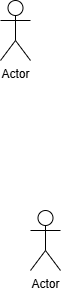
aditi-j25/ENSF_480_Term_project keeps this draw.io diagram as SystemUseCaseDiagram.drawio.png. Above is the earlier version. Source tidied: cells renumbered, new cells last; positions are measured from the earlier drawing's top-left corner, leaving out a move shared by most shapes.
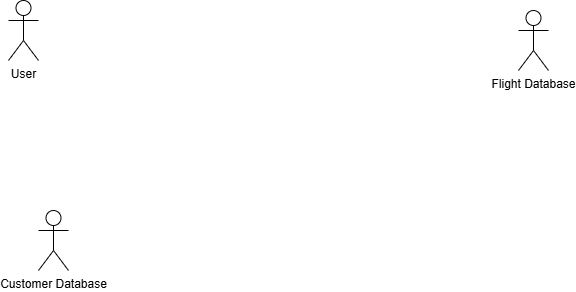
After the commit.

What changed in the source:
```diff
@@ -2,11 +2,14 @@
   <root>
     <mxCell id="0" />
     <mxCell id="1" parent="0" />
-    <mxCell id="2" value="Actor" style="shape=umlActor;verticalLabelPosition=bottom;verticalAlign=top;html=1;" parent="1" vertex="1">
+    <mxCell id="2" value="User" style="shape=umlActor;verticalLabelPosition=bottom;verticalAlign=top;html=1;" parent="1" vertex="1">
       <mxGeometry width="30" height="60" as="geometry" />
     </mxCell>
-    <mxCell id="3" value="Actor" style="shape=umlActor;verticalLabelPosition=bottom;verticalAlign=top;html=1;" parent="1" vertex="1">
+    <mxCell id="3" value="Customer Database" style="shape=umlActor;verticalLabelPosition=bottom;verticalAlign=top;html=1;" parent="1" vertex="1">
       <mxGeometry x="30" y="210" width="30" height="60" as="geometry" />
     </mxCell>
+    <mxCell id="4" value="Flight Database" style="shape=umlActor;verticalLabelPosition=bottom;verticalAlign=top;html=1;" parent="1" vertex="1">
+      <mxGeometry x="510" y="10" width="30" height="60" as="geometry" />
+    </mxCell>
   </root>
 </mxGraphModel>
```
